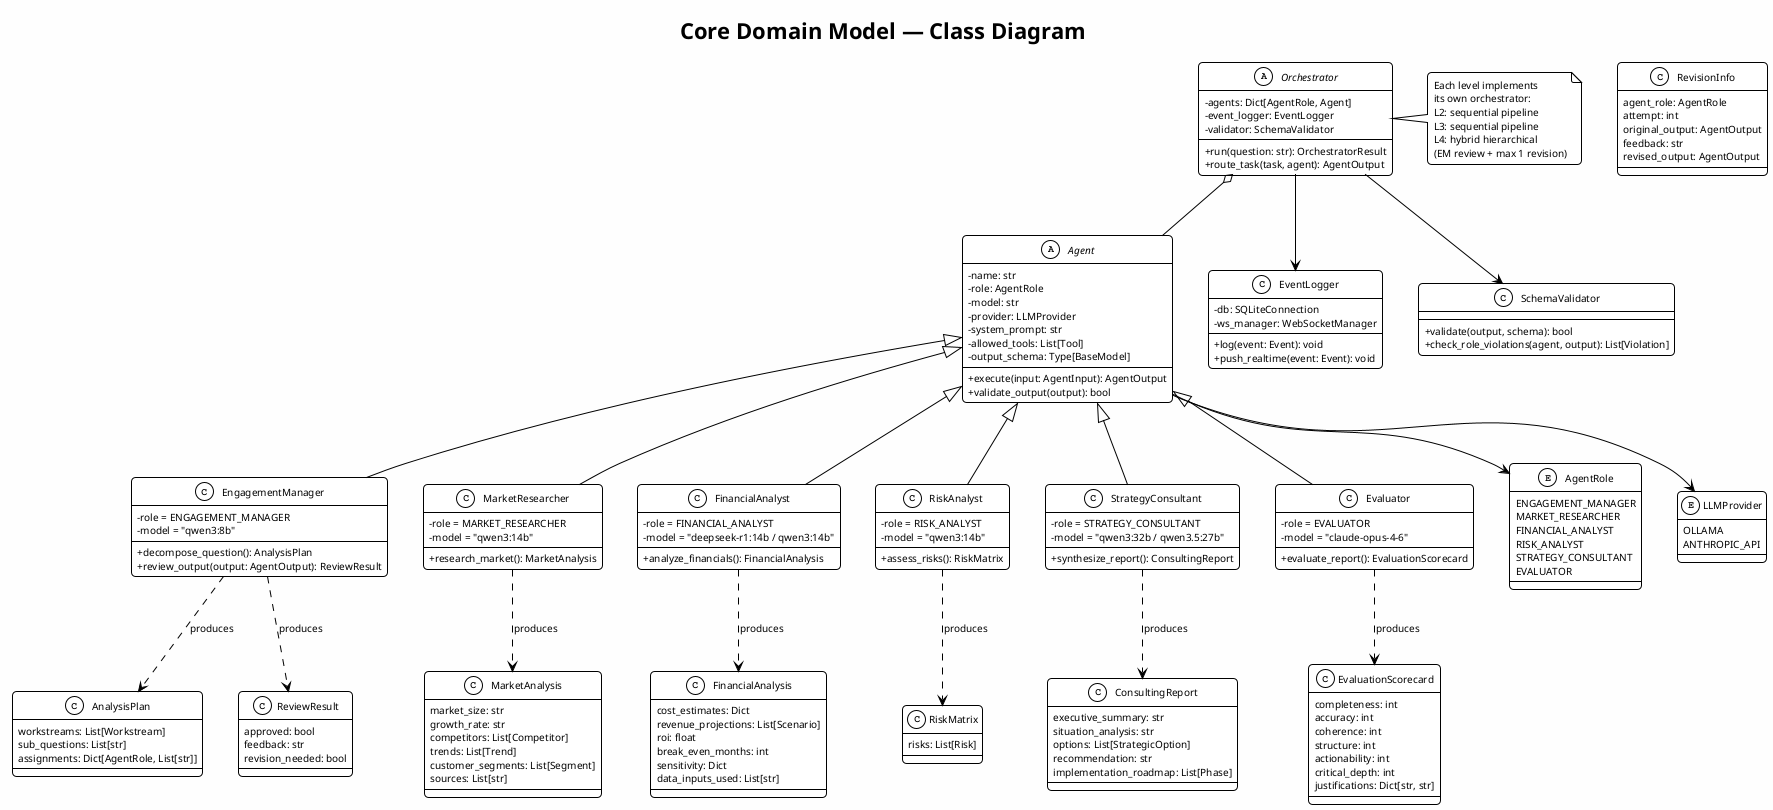
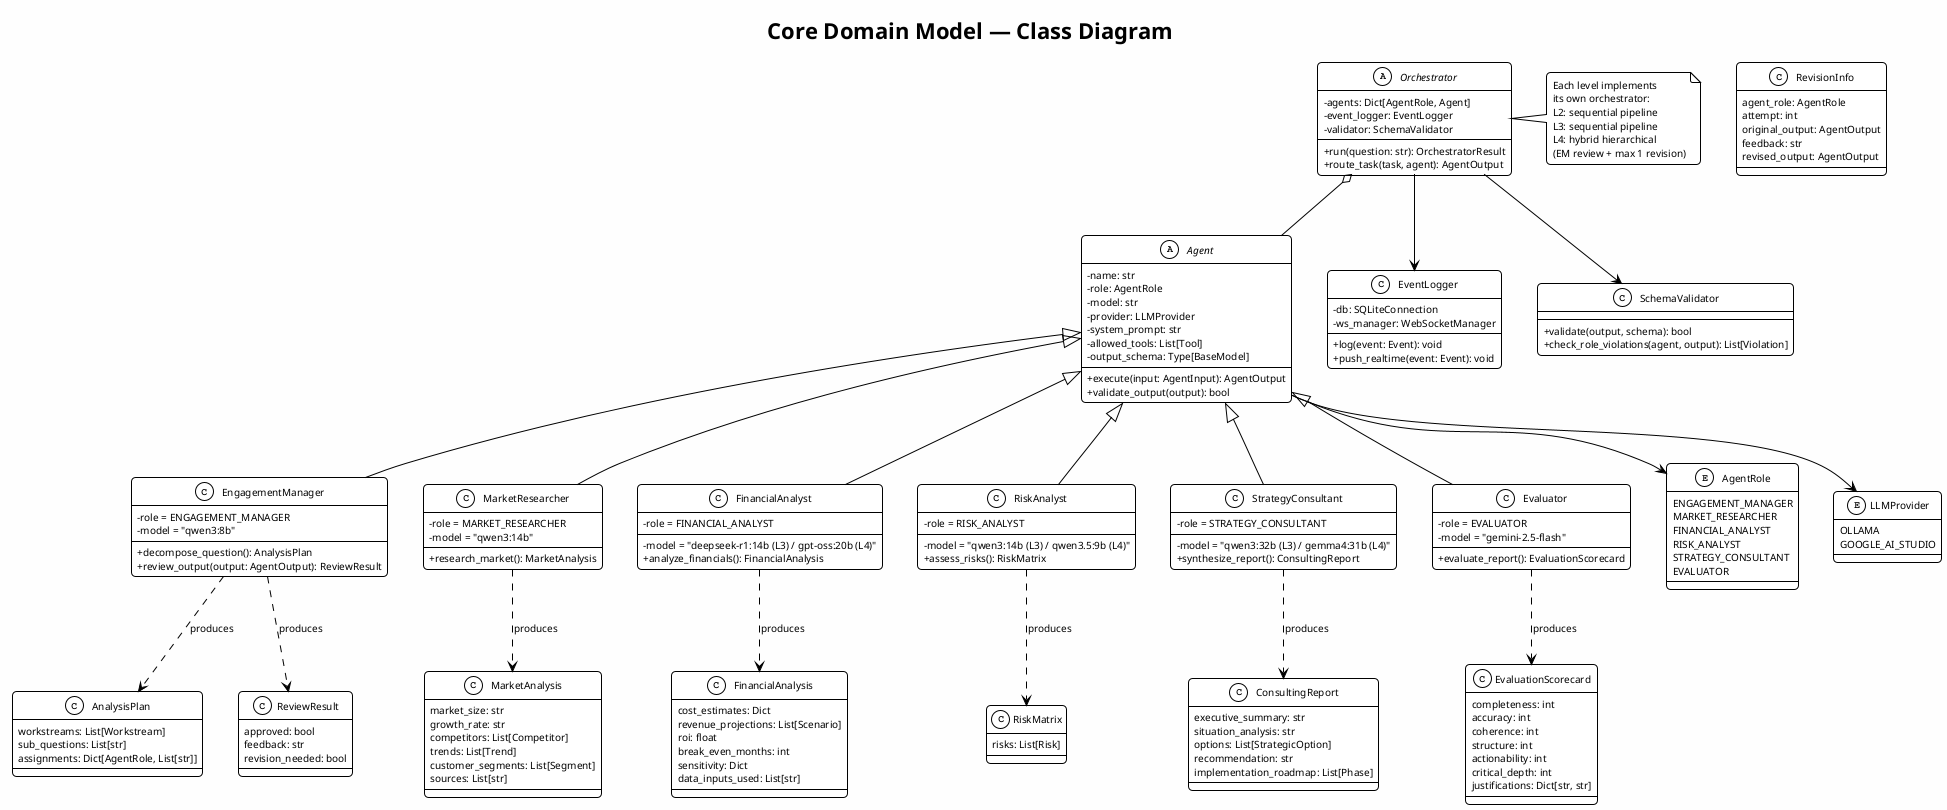
@startuml class_diagram
!theme plain
skinparam backgroundColor #FEFEFE
skinparam defaultFontName "Segoe UI"
skinparam defaultFontSize 10
skinparam shadowing false
skinparam roundCorner 8
skinparam classAttributeIconSize 0

title **Core Domain Model — Class Diagram**

abstract class Agent {
  - name: str
  - role: AgentRole
  - model: str
  - provider: LLMProvider
  - system_prompt: str
  - allowed_tools: List[Tool]
  - output_schema: Type[BaseModel]
  + execute(input: AgentInput): AgentOutput
  + validate_output(output): bool
}

class EngagementManager extends Agent {
  - role = ENGAGEMENT_MANAGER
  - model = "qwen3:8b"
  + decompose_question(): AnalysisPlan
  + review_output(output: AgentOutput): ReviewResult
}

class MarketResearcher extends Agent {
  - role = MARKET_RESEARCHER
  - model = "qwen3:14b"
  + research_market(): MarketAnalysis
}

class FinancialAnalyst extends Agent {
  - role = FINANCIAL_ANALYST
-   - model = "deepseek-r1:14b / qwen3:14b"
+   - model = "deepseek-r1:14b (L3) / gpt-oss:20b (L4)"
  + analyze_financials(): FinancialAnalysis
}

class RiskAnalyst extends Agent {
  - role = RISK_ANALYST
-   - model = "qwen3:14b"
+   - model = "qwen3:14b (L3) / qwen3.5:9b (L4)"
  + assess_risks(): RiskMatrix
}

class StrategyConsultant extends Agent {
  - role = STRATEGY_CONSULTANT
-   - model = "qwen3:32b / qwen3.5:27b"
+   - model = "qwen3:32b (L3) / gemma4:31b (L4)"
  + synthesize_report(): ConsultingReport
}

class Evaluator extends Agent {
  - role = EVALUATOR
-   - model = "claude-opus-4-6"
+   - model = "gemini-2.5-flash"
  + evaluate_report(): EvaluationScorecard
}

abstract class Orchestrator {
  - agents: Dict[AgentRole, Agent]
  - event_logger: EventLogger
  - validator: SchemaValidator
  + run(question: str): OrchestratorResult
  + route_task(task, agent): AgentOutput
}

note right of Orchestrator
  Each level implements
  its own orchestrator:
  L2: sequential pipeline
  L3: sequential pipeline
  L4: hybrid hierarchical
  (EM review + max 1 revision)
end note

class EventLogger {
  - db: SQLiteConnection
  - ws_manager: WebSocketManager
  + log(event: Event): void
  + push_realtime(event: Event): void
}

class SchemaValidator {
  + validate(output, schema): bool
  + check_role_violations(agent, output): List[Violation]
}

enum AgentRole {
  ENGAGEMENT_MANAGER
  MARKET_RESEARCHER
  FINANCIAL_ANALYST
  RISK_ANALYST
  STRATEGY_CONSULTANT
  EVALUATOR
}

enum LLMProvider {
  OLLAMA
-   ANTHROPIC_API
+   GOOGLE_AI_STUDIO
}

' ── Output Models ──
class AnalysisPlan {
  workstreams: List[Workstream]
  sub_questions: List[str]
  assignments: Dict[AgentRole, List[str]]
}

class MarketAnalysis {
  market_size: str
  growth_rate: str
  competitors: List[Competitor]
  trends: List[Trend]
  customer_segments: List[Segment]
  sources: List[str]
}

class FinancialAnalysis {
  cost_estimates: Dict
  revenue_projections: List[Scenario]
  roi: float
  break_even_months: int
  sensitivity: Dict
  data_inputs_used: List[str]
}

class RiskMatrix {
  risks: List[Risk]
}

class ConsultingReport {
  executive_summary: str
  situation_analysis: str
  options: List[StrategicOption]
  recommendation: str
  implementation_roadmap: List[Phase]
}

class EvaluationScorecard {
  completeness: int
  accuracy: int
  coherence: int
  structure: int
  actionability: int
  critical_depth: int
  justifications: Dict[str, str]
}

class ReviewResult {
  approved: bool
  feedback: str
  revision_needed: bool
}

class RevisionInfo {
  agent_role: AgentRole
  attempt: int
  original_output: AgentOutput
  feedback: str
  revised_output: AgentOutput
}

Agent --> AgentRole
Agent --> LLMProvider
Orchestrator o-- Agent
Orchestrator --> EventLogger
Orchestrator --> SchemaValidator

EngagementManager ..> AnalysisPlan : produces
EngagementManager ..> ReviewResult : produces
MarketResearcher ..> MarketAnalysis : produces
FinancialAnalyst ..> FinancialAnalysis : produces
RiskAnalyst ..> RiskMatrix : produces
StrategyConsultant ..> ConsultingReport : produces
Evaluator ..> EvaluationScorecard : produces

@enduml
